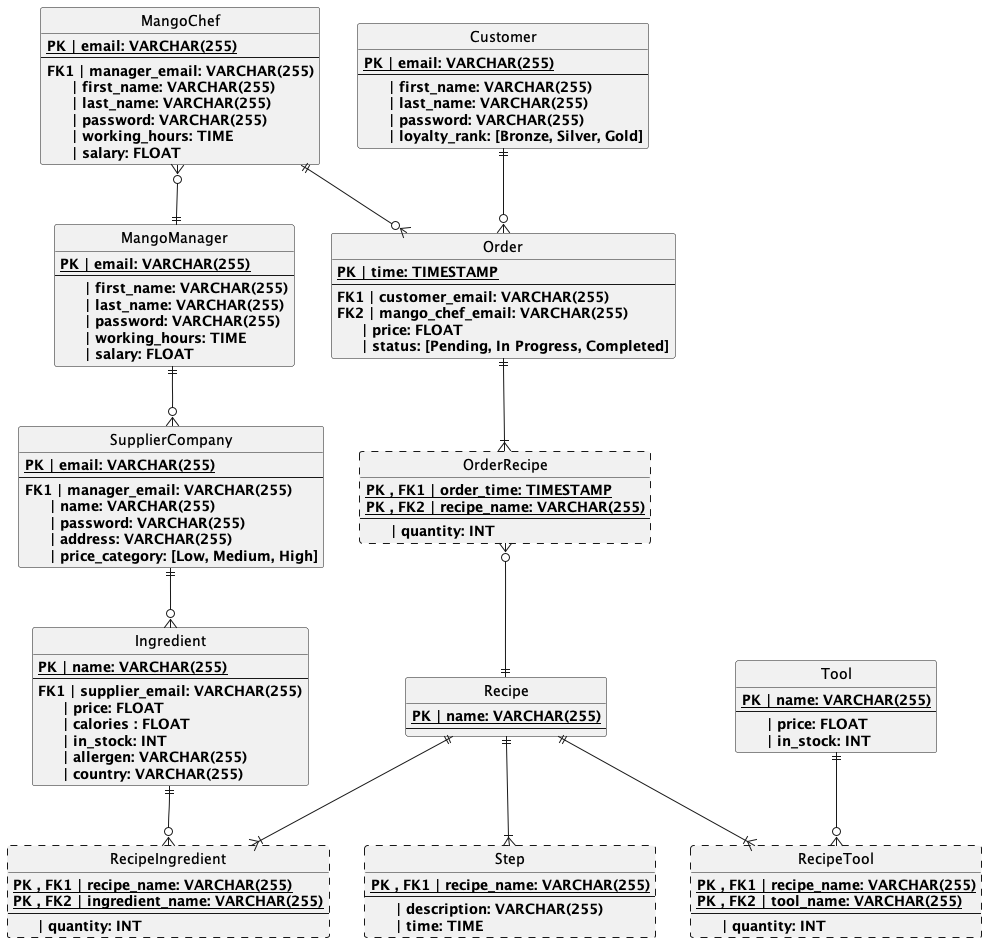
Before: Diagrams/TableDiagram.png, a diagram exported from PlantUML (MorganKryze/MangoDB).
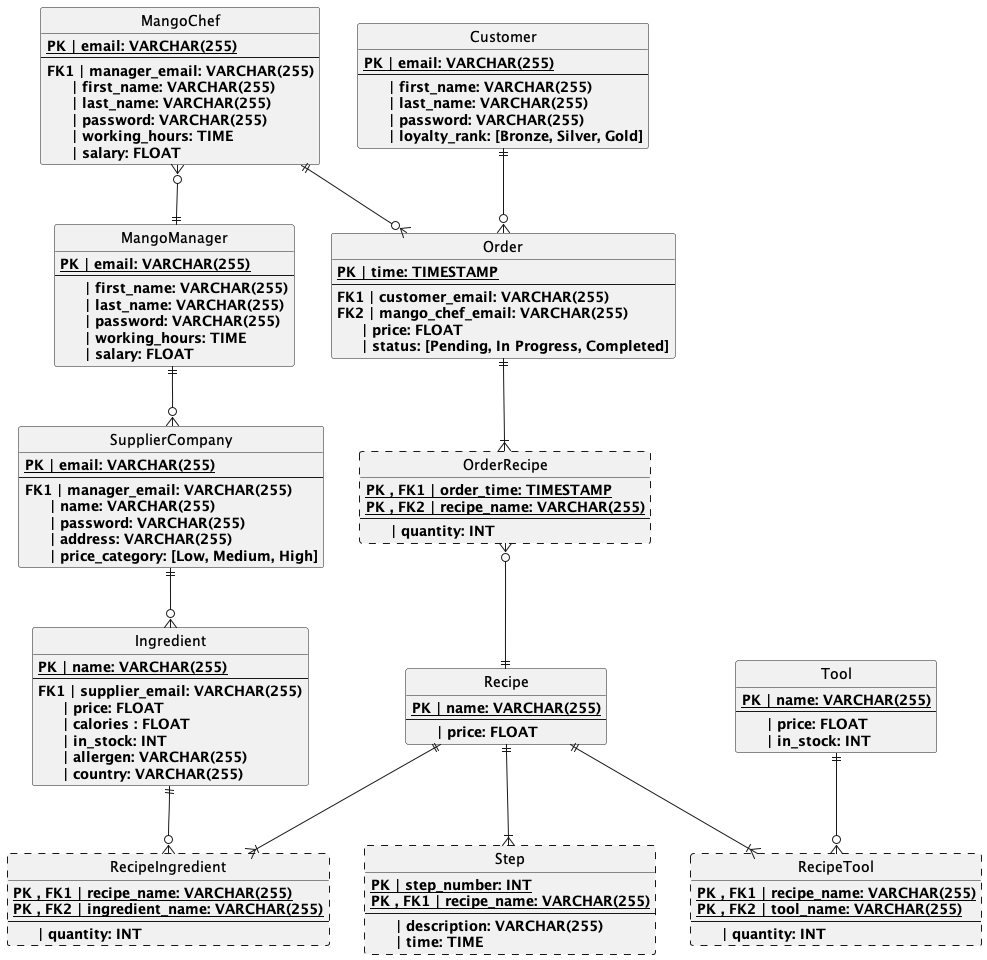
Later version of the same file.

What changed in the source:
```diff
@@ -33,10 +33,12 @@
 {
     {static}<b>PK | name: VARCHAR(255)
     --
+    <b>     | price: FLOAT
 }
 
 entity Step ##[dashed]
 {
+    {static}<b>PK | step_number: INT
     {static}<b>PK , FK1 | recipe_name: VARCHAR(255)
     --
     <b>     | description: VARCHAR(255)
```
